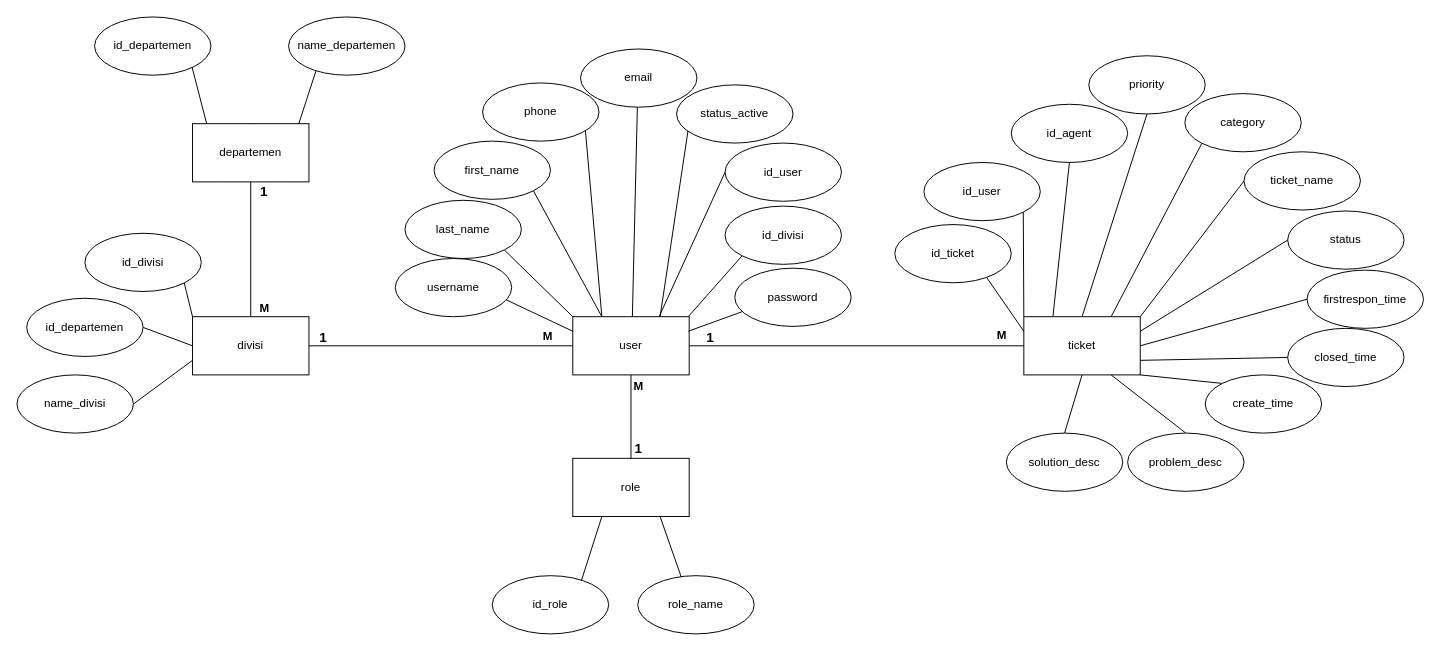
The draw.io diagram skripsi-erd.drawio in raflialkindhi/graph-save, before the edit. Source tidied: cells renumbered, new cells numbered last; positions are measured from the earlier drawing's top-left corner, leaving out a move shared by most shapes. Both pictures are drawn from the tidied source at 97%, with x=0, y=0 at pixel (16, 16).
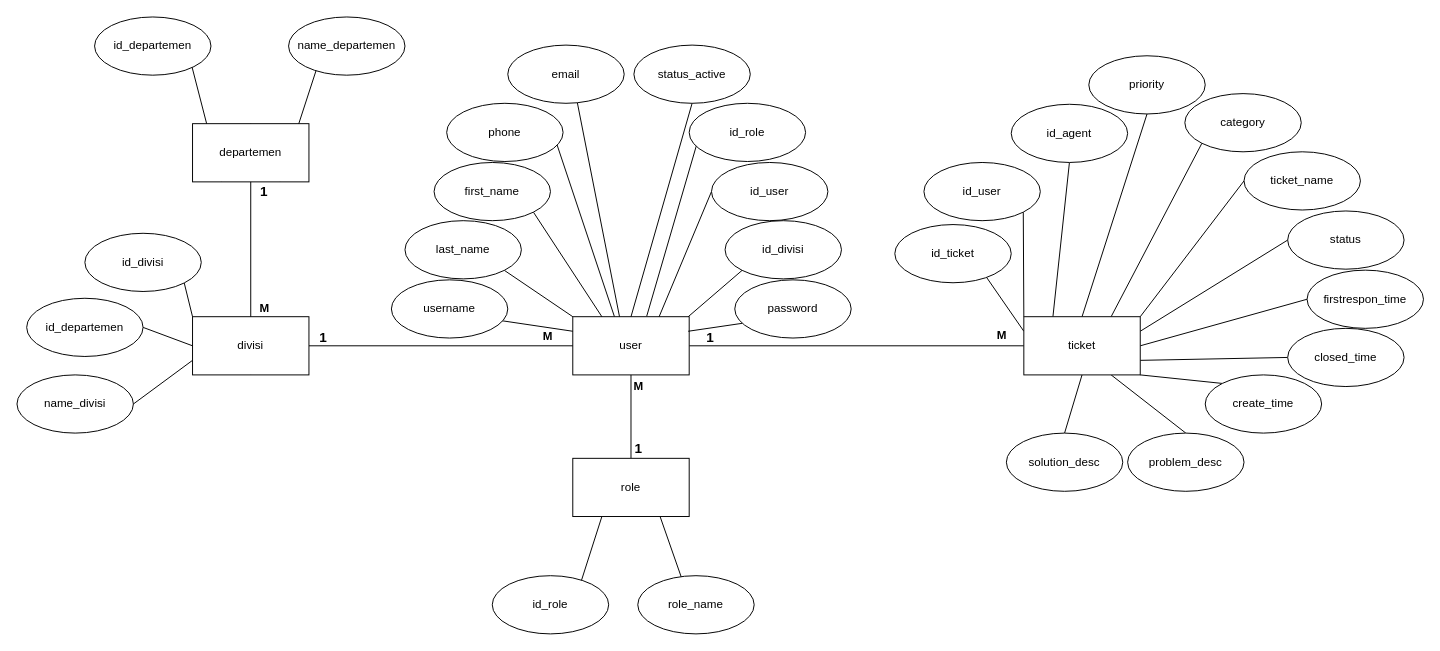
Above is the later version.

Unchanged cells that the change refers to:
```xml
<mxCell id="10" value="user" style="rounded=0;whiteSpace=wrap;html=1;" parent="1" vertex="1">
  <mxGeometry x="573" y="309" width="120" height="60" as="geometry" />
</mxCell>
```

The edit, as a diff of the source:
```diff
@@
     <mxCell id="2" style="rounded=0;orthogonalLoop=1;jettySize=auto;html=1;exitX=0.5;exitY=1;exitDx=0;exitDy=0;entryX=0.5;entryY=0;entryDx=0;entryDy=0;endArrow=none;endFill=0;" parent="1" edge="1">
       <mxGeometry relative="1" as="geometry">
-        <mxPoint x="609" y="508" as="sourcePoint" />
+        <mxPoint x="609" y="509" as="sourcePoint" />
       </mxGeometry>
     </mxCell>
     <mxCell id="3" style="rounded=0;orthogonalLoop=1;jettySize=auto;html=1;exitX=0.25;exitY=1;exitDx=0;exitDy=0;entryX=1;entryY=0;entryDx=0;entryDy=0;endArrow=none;endFill=0;" parent="1" edge="1">
       <mxGeometry relative="1" as="geometry">
-        <mxPoint x="579" y="668" as="sourcePoint" />
+        <mxPoint x="579" y="669" as="sourcePoint" />
       </mxGeometry>
     </mxCell>
     <mxCell id="4" style="rounded=0;orthogonalLoop=1;jettySize=auto;html=1;exitX=0.75;exitY=1;exitDx=0;exitDy=0;entryX=0;entryY=0;entryDx=0;entryDy=0;endArrow=none;endFill=0;" parent="1" edge="1">
       <mxGeometry relative="1" as="geometry">
-        <mxPoint x="639" y="668" as="sourcePoint" />
+        <mxPoint x="639" y="669" as="sourcePoint" />
       </mxGeometry>
     </mxCell>
@@
-    <mxCell id="6" style="rounded=0;jettySize=auto;html=1;exitX=0.25;exitY=0;exitDx=0;exitDy=0;entryX=1;entryY=0;entryDx=0;entryDy=0;endArrow=none;endFill=0;" parent="1" edge="1" source="10" target="38">
+    <mxCell id="6" style="rounded=0;jettySize=auto;html=1;exitX=0.358;exitY=0;exitDx=0;exitDy=0;entryX=1;entryY=0;entryDx=0;entryDy=0;endArrow=none;endFill=0;exitPerimeter=0;" parent="1" edge="1" source="10" target="38">
       <mxGeometry relative="1" as="geometry" />
     </mxCell>
@@
-    <mxCell id="8" style="rounded=0;jettySize=auto;html=1;exitX=0.75;exitY=0;exitDx=0;exitDy=0;entryX=0;entryY=0;entryDx=0;entryDy=0;endArrow=none;endFill=0;" parent="1" edge="1" source="10" target="40">
+    <mxCell id="8" style="rounded=0;jettySize=auto;html=1;exitX=0.635;exitY=-0.008;exitDx=0;exitDy=0;entryX=0;entryY=0;entryDx=0;entryDy=0;endArrow=none;endFill=0;exitPerimeter=0;" parent="1" edge="1" source="10" target="40">
       <mxGeometry relative="1" as="geometry" />
     </mxCell>
@@
     <mxCell id="24" style="edgeStyle=orthogonalEdgeStyle;rounded=0;orthogonalLoop=1;jettySize=auto;html=1;exitX=1;exitY=0.5;exitDx=0;exitDy=0;entryX=0;entryY=0.5;entryDx=0;entryDy=0;endArrow=none;endFill=0;" parent="1" edge="1">
       <mxGeometry relative="1" as="geometry">
-        <mxPoint x="496" y="223" as="targetPoint" />
+        <mxPoint x="496" y="224" as="targetPoint" />
       </mxGeometry>
     </mxCell>
     <mxCell id="25" style="rounded=0;orthogonalLoop=1;jettySize=auto;html=1;exitX=1;exitY=1;exitDx=0;exitDy=0;entryX=0.25;entryY=0;entryDx=0;entryDy=0;endArrow=none;endFill=0;" parent="1" edge="1">
       <mxGeometry relative="1" as="geometry">
-        <mxPoint x="526" y="193" as="targetPoint" />
+        <mxPoint x="526" y="194" as="targetPoint" />
       </mxGeometry>
     </mxCell>
@@
     <mxCell id="27" value="first_name" style="ellipse;whiteSpace=wrap;html=1;" parent="1" vertex="1">
-      <mxGeometry x="430" y="128" width="120" height="60" as="geometry" />
+      <mxGeometry x="430" y="150" width="120" height="60" as="geometry" />
     </mxCell>
@@
     <mxCell id="29" value="id_user" style="ellipse;whiteSpace=wrap;html=1;" parent="1" vertex="1">
-      <mxGeometry x="730" y="130" width="120" height="60" as="geometry" />
+      <mxGeometry x="716" y="150" width="120" height="60" as="geometry" />
     </mxCell>
@@
     <mxCell id="31" value="id_divisi" style="ellipse;whiteSpace=wrap;html=1;" parent="1" vertex="1">
-      <mxGeometry x="730" y="195" width="120" height="60" as="geometry" />
+      <mxGeometry x="730" y="210" width="120" height="60" as="geometry" />
     </mxCell>
@@
     <mxCell id="33" value="last_name" style="ellipse;whiteSpace=wrap;html=1;" parent="1" vertex="1">
-      <mxGeometry x="400" y="189" width="120" height="60" as="geometry" />
+      <mxGeometry x="400" y="210" width="120" height="60" as="geometry" />
     </mxCell>
@@
     <mxCell id="35" value="username" style="ellipse;whiteSpace=wrap;html=1;" parent="1" vertex="1">
-      <mxGeometry x="390" y="249" width="120" height="60" as="geometry" />
+      <mxGeometry x="386" y="271" width="120" height="60" as="geometry" />
     </mxCell>
@@
     <mxCell id="37" value="password" style="ellipse;whiteSpace=wrap;html=1;" parent="1" vertex="1">
-      <mxGeometry x="740" y="259" width="120" height="60" as="geometry" />
+      <mxGeometry x="740" y="271" width="120" height="60" as="geometry" />
     </mxCell>
     <mxCell id="38" value="phone" style="ellipse;whiteSpace=wrap;html=1;" parent="1" vertex="1">
-      <mxGeometry x="480" y="68" width="120" height="60" as="geometry" />
+      <mxGeometry x="443" y="89" width="120" height="60" as="geometry" />
     </mxCell>
     <mxCell id="39" value="email" style="ellipse;whiteSpace=wrap;html=1;" parent="1" vertex="1">
-      <mxGeometry x="581" y="33" width="120" height="60" as="geometry" />
+      <mxGeometry x="506" y="29" width="120" height="60" as="geometry" />
     </mxCell>
-    <mxCell id="40" value="status_active" style="ellipse;whiteSpace=wrap;html=1;" parent="1" vertex="1">
-      <mxGeometry x="680" y="70" width="120" height="60" as="geometry" />
+    <mxCell id="40" value="id_role" style="ellipse;whiteSpace=wrap;html=1;" parent="1" vertex="1">
+      <mxGeometry x="693" y="89" width="120" height="60" as="geometry" />
     </mxCell>
     <mxCell id="41" style="rounded=0;orthogonalLoop=1;jettySize=auto;html=1;exitX=1;exitY=1;exitDx=0;exitDy=0;entryX=0;entryY=0.25;entryDx=0;entryDy=0;endArrow=none;endFill=0;" parent="1" edge="1">
       <mxGeometry relative="1" as="geometry">
-        <mxPoint x="549" y="463" as="targetPoint" />
+        <mxPoint x="549" y="464" as="targetPoint" />
       </mxGeometry>
     </mxCell>
     <mxCell id="42" style="rounded=0;orthogonalLoop=1;jettySize=auto;html=1;exitX=1;exitY=0.5;exitDx=0;exitDy=0;entryX=0;entryY=0.5;entryDx=0;entryDy=0;endArrow=none;endFill=0;" parent="1" edge="1">
       <mxGeometry relative="1" as="geometry">
-        <mxPoint x="549" y="478" as="targetPoint" />
+        <mxPoint x="549" y="479" as="targetPoint" />
       </mxGeometry>
     </mxCell>
     <mxCell id="43" style="rounded=0;orthogonalLoop=1;jettySize=auto;html=1;exitX=1;exitY=0;exitDx=0;exitDy=0;entryX=0;entryY=0.75;entryDx=0;entryDy=0;endArrow=none;endFill=0;" parent="1" edge="1">
       <mxGeometry relative="1" as="geometry">
-        <mxPoint x="549" y="493" as="targetPoint" />
+        <mxPoint x="549" y="494" as="targetPoint" />
       </mxGeometry>
     </mxCell>
     <mxCell id="44" style="rounded=0;orthogonalLoop=1;jettySize=auto;html=1;exitX=0;exitY=0;exitDx=0;exitDy=0;entryX=1;entryY=1;entryDx=0;entryDy=0;endArrow=none;endFill=0;" parent="1" edge="1">
       <mxGeometry relative="1" as="geometry">
-        <mxPoint x="1016.5" y="257" as="sourcePoint" />
+        <mxPoint x="1016.5" y="258" as="sourcePoint" />
       </mxGeometry>
     </mxCell>
     <mxCell id="45" style="rounded=0;orthogonalLoop=1;jettySize=auto;html=1;entryX=0.5;entryY=1;entryDx=0;entryDy=0;endArrow=none;endFill=0;" parent="1" edge="1">
       <mxGeometry relative="1" as="geometry">
-        <mxPoint x="1039.1" y="244.9" as="sourcePoint" />
+        <mxPoint x="1039.1" y="245.9" as="sourcePoint" />
       </mxGeometry>
     </mxCell>
     <mxCell id="46" style="rounded=0;orthogonalLoop=1;jettySize=auto;html=1;exitX=0.609;exitY=0.149;exitDx=0;exitDy=0;entryX=0.5;entryY=1;entryDx=0;entryDy=0;endArrow=none;endFill=0;exitPerimeter=0;" parent="1" edge="1">
       <mxGeometry relative="1" as="geometry">
-        <mxPoint x="1070.3" y="248.9" as="sourcePoint" />
+        <mxPoint x="1070.3" y="249.9" as="sourcePoint" />
       </mxGeometry>
     </mxCell>
@@
     <mxCell id="64" style="rounded=0;orthogonalLoop=1;jettySize=auto;html=1;exitX=0;exitY=1;exitDx=0;exitDy=0;entryX=1;entryY=0;entryDx=0;entryDy=0;endArrow=none;endFill=0;" parent="1" edge="1">
       <mxGeometry relative="1" as="geometry">
-        <mxPoint x="1091.5" y="257" as="targetPoint" />
+        <mxPoint x="1091.5" y="258" as="targetPoint" />
       </mxGeometry>
     </mxCell>
@@
+    <mxCell id="87" style="rounded=0;jettySize=auto;html=1;exitX=0.5;exitY=1;exitDx=0;exitDy=0;entryX=0.5;entryY=0;entryDx=0;entryDy=0;endArrow=none;endFill=0;" parent="1" edge="1" source="88" target="10">
+      <mxGeometry relative="1" as="geometry" />
+    </mxCell>
+    <mxCell id="88" value="status_active" style="ellipse;whiteSpace=wrap;html=1;" parent="1" vertex="1">
+      <mxGeometry x="636" y="29" width="120" height="60" as="geometry" />
+    </mxCell>
```
